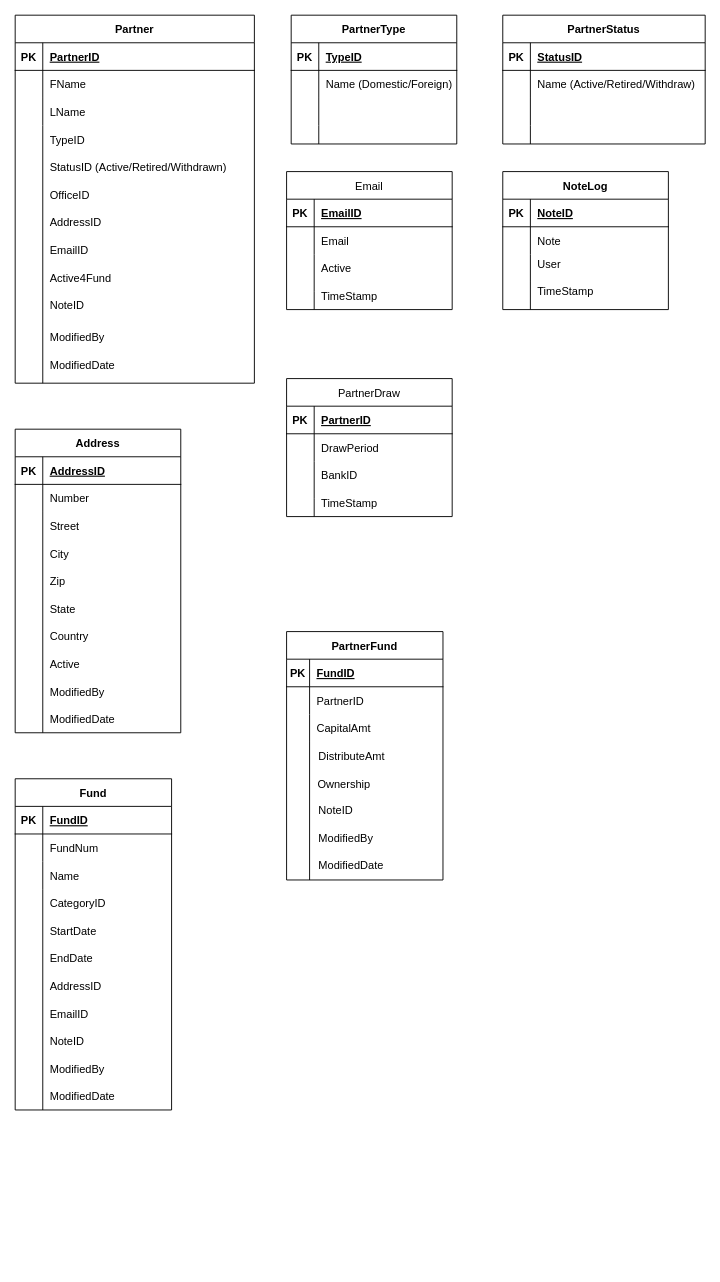
Before: page "Page-2" (2 of 3) of Web app structure.drawio in thi2411/tnguyen2, a draw.io diagram. Source tidied: cells renumbered, new cells numbered last; positions are measured from the earlier drawing's top-left corner, leaving out a move shared by most shapes. Both pictures are drawn from the tidied source at 92%, with x=0, y=0 at pixel (15, 15).
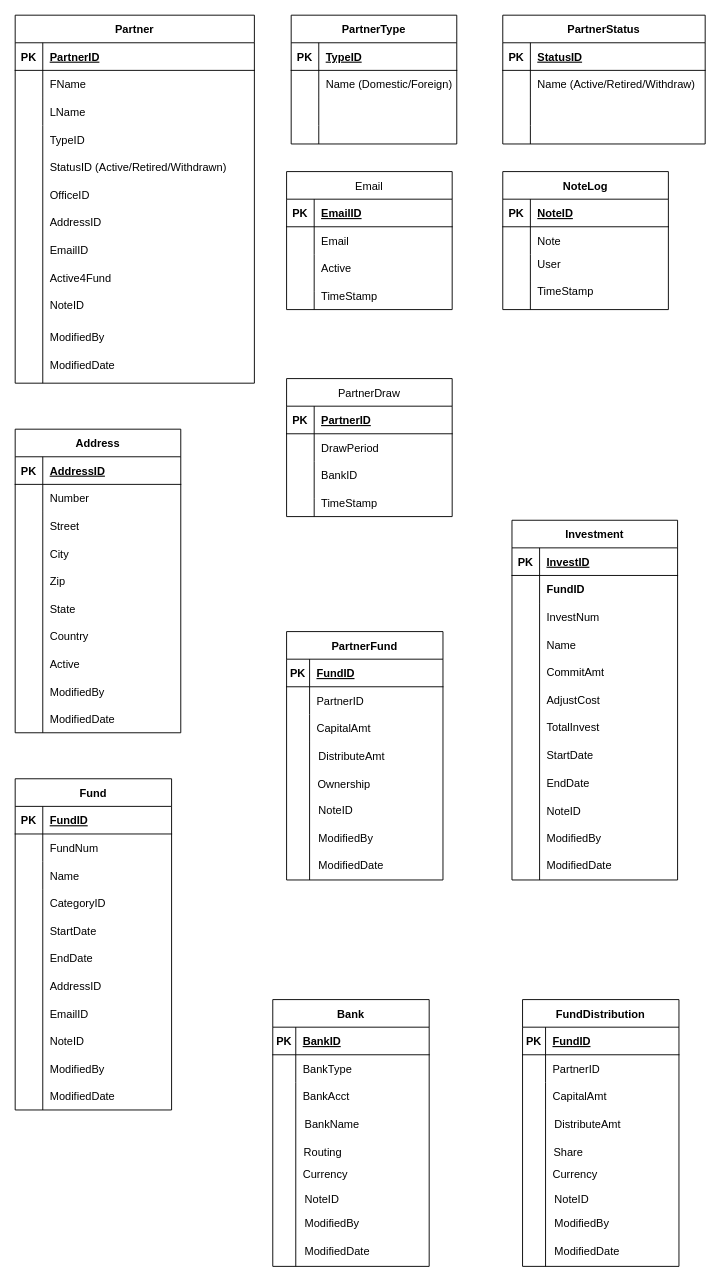
After the change.

Change to the diagram source:
```diff
@@
+    <mxCell id="160" value="Investment" style="shape=table;startSize=30;childLayout=tableLayout;rowLines=0;fontStyle=1;align=center;" parent="1" vertex="1">
+      <mxGeometry x="540" y="549" width="180" height="391" as="geometry" />
+    </mxCell>
+    <mxCell id="161" style="shape=tableRow;horizontal=0;startSize=0;swimlaneHead=0;swimlaneBody=0;fillColor=none;top=0;left=0;right=0;bottom=1;" parent="160" vertex="1">
+      <mxGeometry y="30" width="180" height="30" as="geometry" />
+    </mxCell>
+    <mxCell id="162" value="PK" style="shape=partialRectangle;fillColor=none;top=0;left=0;bottom=0;right=0;fontStyle=1;overflow=hidden;" parent="161" vertex="1">
+      <mxGeometry width="30" height="30" as="geometry" />
+    </mxCell>
+    <mxCell id="163" value="InvestID" style="shape=partialRectangle;fillColor=none;top=0;left=0;bottom=0;right=0;align=left;spacingLeft=6;fontStyle=5;overflow=hidden;" parent="161" vertex="1">
+      <mxGeometry x="30" width="150" height="30" as="geometry" />
+    </mxCell>
+    <mxCell id="164" style="shape=tableRow;horizontal=0;startSize=0;swimlaneHead=0;swimlaneBody=0;fillColor=none;top=0;left=0;right=0;bottom=0;" parent="160" vertex="1">
+      <mxGeometry y="60" width="180" height="30" as="geometry" />
+    </mxCell>
+    <mxCell id="165" style="shape=partialRectangle;fillColor=none;top=0;left=0;bottom=0;right=0;overflow=hidden;" parent="164" vertex="1">
+      <mxGeometry width="30" height="30" as="geometry" />
+    </mxCell>
+    <mxCell id="166" value="FundID" style="shape=partialRectangle;fillColor=none;top=0;left=0;bottom=0;right=0;align=left;spacingLeft=6;overflow=hidden;fontStyle=1;" parent="164" vertex="1">
+      <mxGeometry x="30" width="150" height="30" as="geometry" />
+    </mxCell>
+    <mxCell id="167" style="shape=tableRow;horizontal=0;startSize=0;swimlaneHead=0;swimlaneBody=0;fillColor=none;top=0;left=0;right=0;bottom=0;" parent="160" vertex="1">
+      <mxGeometry y="90" width="180" height="301" as="geometry" />
+    </mxCell>
+    <mxCell id="168" style="shape=partialRectangle;fillColor=none;top=0;left=0;bottom=0;right=0;overflow=hidden;" parent="167" vertex="1">
+      <mxGeometry width="30" height="301" as="geometry" />
+    </mxCell>
+    <mxCell id="169" style="shape=partialRectangle;fillColor=none;top=0;left=0;bottom=0;right=0;align=left;spacingLeft=6;overflow=hidden;" parent="167" vertex="1">
+      <mxGeometry x="30" width="150" height="301" as="geometry" />
+    </mxCell>
+    <mxCell id="170" value="InvestNum" style="shape=partialRectangle;fillColor=none;top=0;left=0;bottom=0;right=0;align=left;spacingLeft=6;overflow=hidden;" parent="1" vertex="1">
+      <mxGeometry x="570" y="639" width="150" height="30" as="geometry" />
+    </mxCell>
+    <mxCell id="171" value="Name" style="shape=partialRectangle;fillColor=none;top=0;left=0;bottom=0;right=0;align=left;spacingLeft=6;overflow=hidden;" parent="1" vertex="1">
+      <mxGeometry x="570" y="669" width="150" height="30" as="geometry" />
+    </mxCell>
+    <mxCell id="172" value="AdjustCost" style="shape=partialRectangle;fillColor=none;top=0;left=0;bottom=0;right=0;align=left;spacingLeft=6;overflow=hidden;" parent="1" vertex="1">
+      <mxGeometry x="570" y="729" width="150" height="30" as="geometry" />
+    </mxCell>
+    <mxCell id="173" value="CommitAmt" style="shape=partialRectangle;fillColor=none;top=0;left=0;bottom=0;right=0;align=left;spacingLeft=6;overflow=hidden;" parent="1" vertex="1">
+      <mxGeometry x="570" y="699" width="150" height="30" as="geometry" />
+    </mxCell>
+    <mxCell id="174" value="TotalInvest" style="shape=partialRectangle;fillColor=none;top=0;left=0;bottom=0;right=0;align=left;spacingLeft=6;overflow=hidden;" parent="1" vertex="1">
+      <mxGeometry x="570" y="759" width="150" height="30" as="geometry" />
+    </mxCell>
+    <mxCell id="175" value="StartDate" style="shape=partialRectangle;fillColor=none;top=0;left=0;bottom=0;right=0;align=left;spacingLeft=6;overflow=hidden;" parent="1" vertex="1">
+      <mxGeometry x="570" y="789" width="150" height="30" as="geometry" />
+    </mxCell>
+    <mxCell id="176" value="ModifiedBy" style="shape=partialRectangle;fillColor=none;top=0;left=0;bottom=0;right=0;align=left;spacingLeft=6;overflow=hidden;" parent="1" vertex="1">
+      <mxGeometry x="570" y="879" width="150" height="30" as="geometry" />
+    </mxCell>
+    <mxCell id="177" value="ModifiedDate" style="shape=partialRectangle;fillColor=none;top=0;left=0;bottom=0;right=0;align=left;spacingLeft=6;overflow=hidden;" parent="1" vertex="1">
+      <mxGeometry x="570" y="909" width="150" height="30" as="geometry" />
+    </mxCell>
+    <mxCell id="178" value="EndDate" style="shape=partialRectangle;fillColor=none;top=0;left=0;bottom=0;right=0;align=left;spacingLeft=6;overflow=hidden;" parent="1" vertex="1">
+      <mxGeometry x="570" y="819" width="150" height="30" as="geometry" />
+    </mxCell>
+    <mxCell id="179" value="NoteID" style="shape=partialRectangle;fillColor=none;top=0;left=0;bottom=0;right=0;align=left;spacingLeft=6;overflow=hidden;" parent="1" vertex="1">
+      <mxGeometry x="570" y="850" width="150" height="30" as="geometry" />
+    </mxCell>
+    <mxCell id="180" style="shape=partialRectangle;fillColor=none;top=0;left=0;bottom=0;right=0;overflow=hidden;" parent="1" vertex="1">
+      <mxGeometry x="280" y="1170" width="30" height="30" as="geometry" />
+    </mxCell>
+    <mxCell id="181" value="Bank" style="shape=table;startSize=30;childLayout=tableLayout;rowLines=0;fontStyle=1;align=center;" parent="1" vertex="1">
+      <mxGeometry x="280" y="1070" width="170" height="290" as="geometry" />
+    </mxCell>
+    <mxCell id="182" style="shape=tableRow;horizontal=0;startSize=0;swimlaneHead=0;swimlaneBody=0;fillColor=none;top=0;left=0;right=0;bottom=1;" parent="181" vertex="1">
+      <mxGeometry y="30" width="170" height="30" as="geometry" />
+    </mxCell>
+    <mxCell id="183" value="PK" style="shape=partialRectangle;fillColor=none;top=0;left=0;bottom=0;right=0;fontStyle=1;overflow=hidden;" parent="182" vertex="1">
+      <mxGeometry width="25" height="30" as="geometry" />
+    </mxCell>
+    <mxCell id="184" value="BankID" style="shape=partialRectangle;fillColor=none;top=0;left=0;bottom=0;right=0;align=left;spacingLeft=6;fontStyle=5;overflow=hidden;" parent="182" vertex="1">
+      <mxGeometry x="25" width="145" height="30" as="geometry" />
+    </mxCell>
+    <mxCell id="185" style="shape=tableRow;horizontal=0;startSize=0;swimlaneHead=0;swimlaneBody=0;fillColor=none;top=0;left=0;right=0;bottom=0;" parent="181" vertex="1">
+      <mxGeometry y="60" width="170" height="30" as="geometry" />
+    </mxCell>
+    <mxCell id="186" style="shape=partialRectangle;fillColor=none;top=0;left=0;bottom=0;right=0;overflow=hidden;" parent="185" vertex="1">
+      <mxGeometry width="25" height="30" as="geometry" />
+    </mxCell>
+    <mxCell id="187" value="BankType" style="shape=partialRectangle;fillColor=none;top=0;left=0;bottom=0;right=0;align=left;spacingLeft=6;overflow=hidden;" parent="185" vertex="1">
+      <mxGeometry x="25" width="145" height="30" as="geometry" />
+    </mxCell>
+    <mxCell id="188" style="shape=tableRow;horizontal=0;startSize=0;swimlaneHead=0;swimlaneBody=0;fillColor=none;top=0;left=0;right=0;bottom=0;" parent="181" vertex="1">
+      <mxGeometry y="90" width="170" height="30" as="geometry" />
+    </mxCell>
+    <mxCell id="189" style="shape=partialRectangle;fillColor=none;top=0;left=0;bottom=0;right=0;overflow=hidden;" parent="188" vertex="1">
+      <mxGeometry width="25" height="30" as="geometry" />
+    </mxCell>
+    <mxCell id="190" value="BankAcct" style="shape=partialRectangle;fillColor=none;top=0;left=0;bottom=0;right=0;align=left;spacingLeft=6;overflow=hidden;" parent="188" vertex="1">
+      <mxGeometry x="25" width="145" height="30" as="geometry" />
+    </mxCell>
+    <mxCell id="191" style="shape=tableRow;horizontal=0;startSize=0;swimlaneHead=0;swimlaneBody=0;fillColor=none;top=0;left=0;right=0;bottom=0;" parent="181" vertex="1">
+      <mxGeometry y="120" width="170" height="170" as="geometry" />
+    </mxCell>
+    <mxCell id="192" style="shape=partialRectangle;fillColor=none;top=0;left=0;bottom=0;right=0;overflow=hidden;" parent="191" vertex="1">
+      <mxGeometry width="25" height="170" as="geometry" />
+    </mxCell>
+    <mxCell id="193" style="shape=partialRectangle;fillColor=none;top=0;left=0;bottom=0;right=0;align=left;spacingLeft=6;overflow=hidden;" parent="191" vertex="1">
+      <mxGeometry x="25" width="145" height="170" as="geometry" />
+    </mxCell>
+    <mxCell id="194" value="BankName" style="shape=partialRectangle;fillColor=none;top=0;left=0;bottom=0;right=0;align=left;spacingLeft=6;overflow=hidden;" parent="1" vertex="1">
+      <mxGeometry x="307" y="1190" width="150" height="30" as="geometry" />
+    </mxCell>
+    <mxCell id="195" value="NoteID" style="shape=partialRectangle;fillColor=none;top=0;left=0;bottom=0;right=0;align=left;spacingLeft=6;overflow=hidden;" parent="1" vertex="1">
+      <mxGeometry x="307" y="1272" width="150" height="30" as="geometry" />
+    </mxCell>
+    <mxCell id="196" value="ModifiedBy" style="shape=partialRectangle;fillColor=none;top=0;left=0;bottom=0;right=0;align=left;spacingLeft=6;overflow=hidden;" parent="1" vertex="1">
+      <mxGeometry x="307" y="1298" width="150" height="30" as="geometry" />
+    </mxCell>
+    <mxCell id="197" value="ModifiedDate" style="shape=partialRectangle;fillColor=none;top=0;left=0;bottom=0;right=0;align=left;spacingLeft=6;overflow=hidden;" parent="1" vertex="1">
+      <mxGeometry x="307" y="1328" width="150" height="30" as="geometry" />
+    </mxCell>
+    <mxCell id="198" value="Routing" style="shape=partialRectangle;fillColor=none;top=0;left=0;bottom=0;right=0;align=left;spacingLeft=6;overflow=hidden;" parent="1" vertex="1">
+      <mxGeometry x="306" y="1220" width="150" height="30" as="geometry" />
+    </mxCell>
+    <mxCell id="199" value="Currency" style="shape=partialRectangle;fillColor=none;top=0;left=0;bottom=0;right=0;align=left;spacingLeft=6;overflow=hidden;" parent="1" vertex="1">
+      <mxGeometry x="305" y="1244" width="150" height="30" as="geometry" />
+    </mxCell>
+    <mxCell id="200" style="shape=partialRectangle;fillColor=none;top=0;left=0;bottom=0;right=0;overflow=hidden;" parent="1" vertex="1">
+      <mxGeometry x="551.5" y="1170" width="30" height="30" as="geometry" />
+    </mxCell>
+    <mxCell id="201" value="FundDistribution" style="shape=table;startSize=30;childLayout=tableLayout;rowLines=0;fontStyle=1;align=center;" parent="1" vertex="1">
+      <mxGeometry x="551.5" y="1070" width="170" height="290" as="geometry" />
+    </mxCell>
+    <mxCell id="202" style="shape=tableRow;horizontal=0;startSize=0;swimlaneHead=0;swimlaneBody=0;fillColor=none;top=0;left=0;right=0;bottom=1;" parent="201" vertex="1">
+      <mxGeometry y="30" width="170" height="30" as="geometry" />
+    </mxCell>
+    <mxCell id="203" value="PK" style="shape=partialRectangle;fillColor=none;top=0;left=0;bottom=0;right=0;fontStyle=1;overflow=hidden;" parent="202" vertex="1">
+      <mxGeometry width="25" height="30" as="geometry" />
+    </mxCell>
+    <mxCell id="204" value="FundID" style="shape=partialRectangle;fillColor=none;top=0;left=0;bottom=0;right=0;align=left;spacingLeft=6;fontStyle=5;overflow=hidden;" parent="202" vertex="1">
+      <mxGeometry x="25" width="145" height="30" as="geometry" />
+    </mxCell>
+    <mxCell id="205" style="shape=tableRow;horizontal=0;startSize=0;swimlaneHead=0;swimlaneBody=0;fillColor=none;top=0;left=0;right=0;bottom=0;" parent="201" vertex="1">
+      <mxGeometry y="60" width="170" height="30" as="geometry" />
+    </mxCell>
+    <mxCell id="206" style="shape=partialRectangle;fillColor=none;top=0;left=0;bottom=0;right=0;overflow=hidden;" parent="205" vertex="1">
+      <mxGeometry width="25" height="30" as="geometry" />
+    </mxCell>
+    <mxCell id="207" value="PartnerID" style="shape=partialRectangle;fillColor=none;top=0;left=0;bottom=0;right=0;align=left;spacingLeft=6;overflow=hidden;" parent="205" vertex="1">
+      <mxGeometry x="25" width="145" height="30" as="geometry" />
+    </mxCell>
+    <mxCell id="208" style="shape=tableRow;horizontal=0;startSize=0;swimlaneHead=0;swimlaneBody=0;fillColor=none;top=0;left=0;right=0;bottom=0;" parent="201" vertex="1">
+      <mxGeometry y="90" width="170" height="30" as="geometry" />
+    </mxCell>
+    <mxCell id="209" style="shape=partialRectangle;fillColor=none;top=0;left=0;bottom=0;right=0;overflow=hidden;" parent="208" vertex="1">
+      <mxGeometry width="25" height="30" as="geometry" />
+    </mxCell>
+    <mxCell id="210" value="CapitalAmt" style="shape=partialRectangle;fillColor=none;top=0;left=0;bottom=0;right=0;align=left;spacingLeft=6;overflow=hidden;" parent="208" vertex="1">
+      <mxGeometry x="25" width="145" height="30" as="geometry" />
+    </mxCell>
+    <mxCell id="211" style="shape=tableRow;horizontal=0;startSize=0;swimlaneHead=0;swimlaneBody=0;fillColor=none;top=0;left=0;right=0;bottom=0;" parent="201" vertex="1">
+      <mxGeometry y="120" width="170" height="170" as="geometry" />
+    </mxCell>
+    <mxCell id="212" style="shape=partialRectangle;fillColor=none;top=0;left=0;bottom=0;right=0;overflow=hidden;" parent="211" vertex="1">
+      <mxGeometry width="25" height="170" as="geometry" />
+    </mxCell>
+    <mxCell id="213" style="shape=partialRectangle;fillColor=none;top=0;left=0;bottom=0;right=0;align=left;spacingLeft=6;overflow=hidden;" parent="211" vertex="1">
+      <mxGeometry x="25" width="145" height="170" as="geometry" />
+    </mxCell>
+    <mxCell id="214" value="DistributeAmt" style="shape=partialRectangle;fillColor=none;top=0;left=0;bottom=0;right=0;align=left;spacingLeft=6;overflow=hidden;" parent="1" vertex="1">
+      <mxGeometry x="578.5" y="1190" width="150" height="30" as="geometry" />
+    </mxCell>
+    <mxCell id="215" value="NoteID" style="shape=partialRectangle;fillColor=none;top=0;left=0;bottom=0;right=0;align=left;spacingLeft=6;overflow=hidden;" parent="1" vertex="1">
+      <mxGeometry x="578.5" y="1272" width="150" height="30" as="geometry" />
+    </mxCell>
+    <mxCell id="216" value="ModifiedBy" style="shape=partialRectangle;fillColor=none;top=0;left=0;bottom=0;right=0;align=left;spacingLeft=6;overflow=hidden;" parent="1" vertex="1">
+      <mxGeometry x="578.5" y="1298" width="150" height="30" as="geometry" />
+    </mxCell>
+    <mxCell id="217" value="ModifiedDate" style="shape=partialRectangle;fillColor=none;top=0;left=0;bottom=0;right=0;align=left;spacingLeft=6;overflow=hidden;" parent="1" vertex="1">
+      <mxGeometry x="578.5" y="1328" width="150" height="30" as="geometry" />
+    </mxCell>
+    <mxCell id="218" value="Share" style="shape=partialRectangle;fillColor=none;top=0;left=0;bottom=0;right=0;align=left;spacingLeft=6;overflow=hidden;" parent="1" vertex="1">
+      <mxGeometry x="577.5" y="1220" width="150" height="30" as="geometry" />
+    </mxCell>
+    <mxCell id="219" value="Currency" style="shape=partialRectangle;fillColor=none;top=0;left=0;bottom=0;right=0;align=left;spacingLeft=6;overflow=hidden;" parent="1" vertex="1">
+      <mxGeometry x="576.5" y="1244" width="150" height="30" as="geometry" />
+    </mxCell>
```
